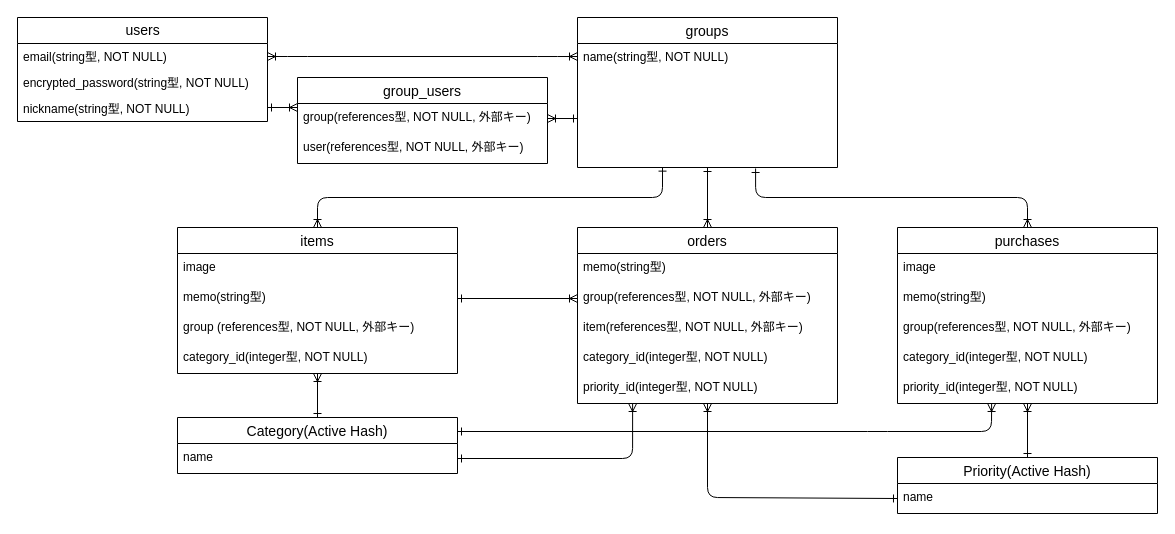
Earlier version of the draw.io diagram kauzoh.drawio (komafuji820/kauzoh). Source tidied: cells renumbered, new cells numbered last; positions are measured from the earlier drawing's top-left corner, leaving out a move shared by most shapes. Both pictures are drawn from the tidied source at 100%, with x=0, y=0 at pixel (17, 17).
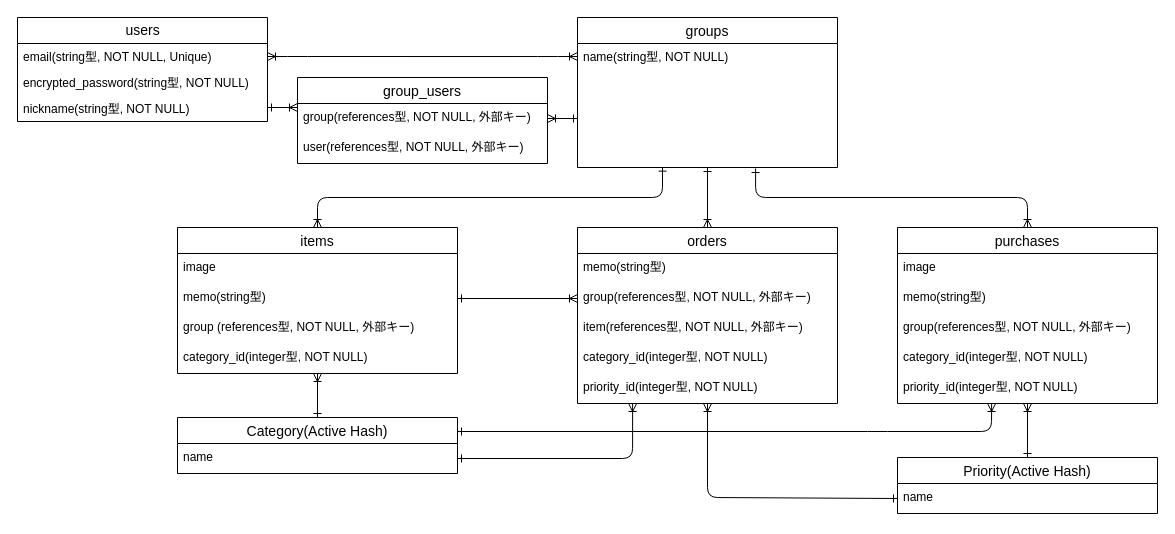
The same page after the edit.

Commit message:
userのメールカラムにUniqueを追記

The change refers to these unchanged cells:
```xml
<mxCell id="2" value="&lt;font style=&quot;font-size: 14px;&quot;&gt;users&lt;/font&gt;" style="swimlane;fontStyle=0;horizontal=1;startSize=26;fillColor=none;html=1;" parent="1" vertex="1">
  <mxGeometry width="250" height="104" as="geometry" />
</mxCell>
```

The edit, as a diff of the source:
```diff
@@
-    <mxCell id="3" value="email(string型, NOT NULL)" style="text;strokeColor=none;fillColor=none;align=left;verticalAlign=top;spacingLeft=4;spacingRight=4;overflow=hidden;points=[[0,0.5],[1,0.5]];portConstraint=eastwest;whiteSpace=wrap;html=1;" parent="2" vertex="1">
+    <mxCell id="3" value="email(string型, NOT NULL, Unique)" style="text;strokeColor=none;fillColor=none;align=left;verticalAlign=top;spacingLeft=4;spacingRight=4;overflow=hidden;points=[[0,0.5],[1,0.5]];portConstraint=eastwest;whiteSpace=wrap;html=1;" parent="2" vertex="1">
       <mxGeometry y="26" width="250" height="26" as="geometry" />
     </mxCell>
```
